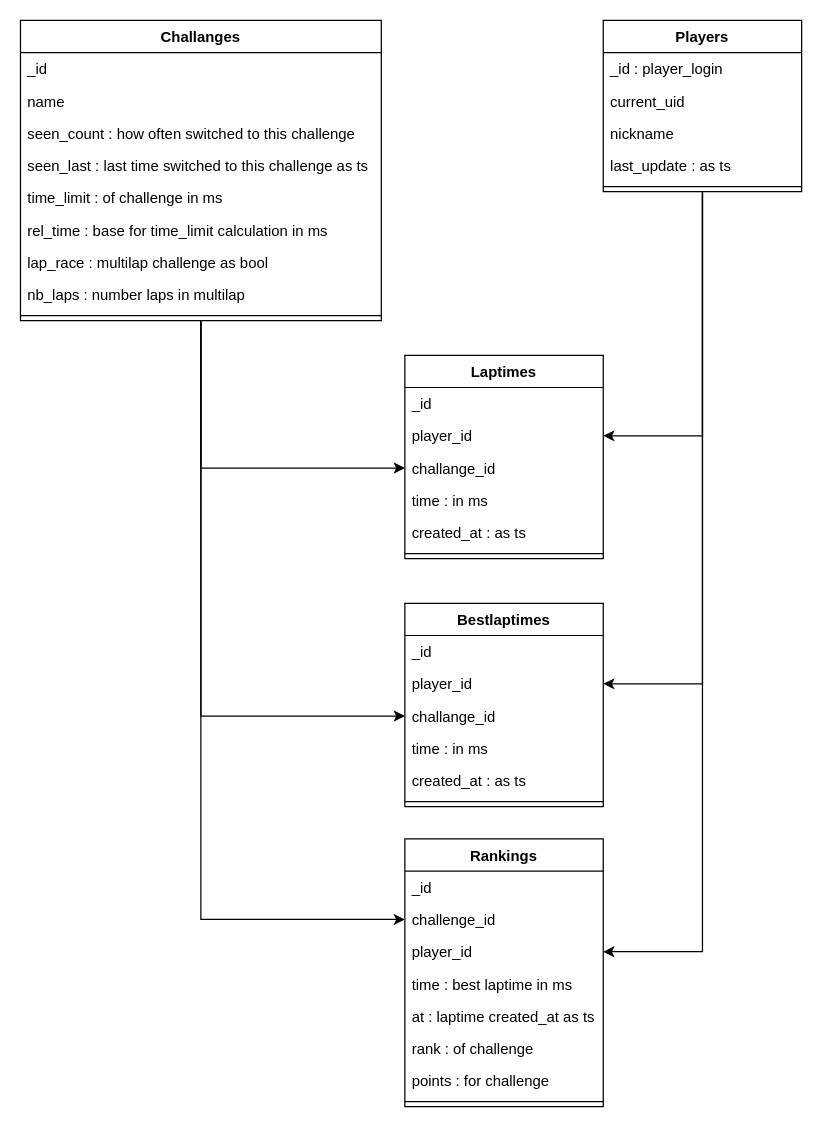
nils-ost/TMNF-TimeAttackServer keeps this draw.io diagram as db_layout.drawio. Above is the earlier version. Source tidied: cells renumbered, new cells numbered last; positions are measured from the earlier drawing's top-left corner, leaving out a move shared by most shapes. Both pictures are drawn from the tidied source at 124%, with x=0, y=0 at pixel (20, 20).
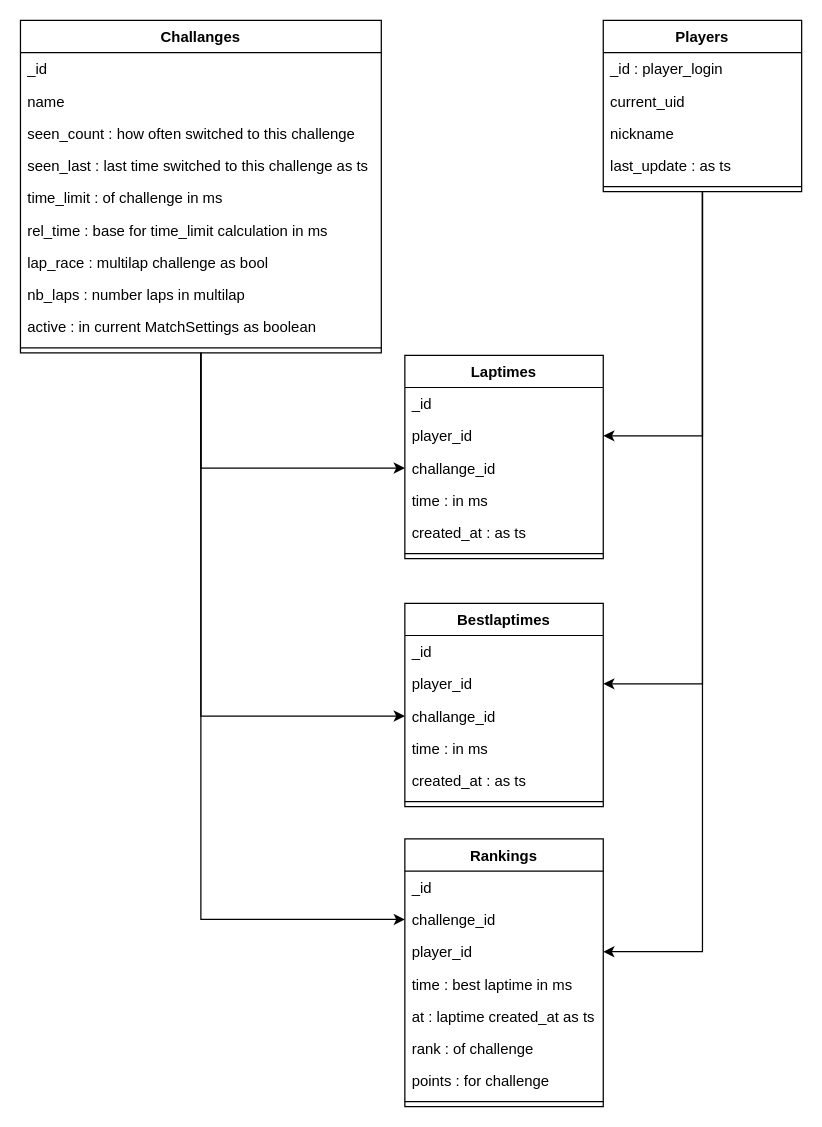
The same page after the edit.

Commit message (it also covers changes not shown here):
a bit of doku

The edit, as a diff of the source:
```diff
@@
     <mxCell id="14" value="Challanges" style="swimlane;fontStyle=1;align=center;verticalAlign=top;horizontal=1;startSize=26;" parent="1" vertex="1">
-      <mxGeometry width="291" height="242" as="geometry" />
+      <mxGeometry width="291" height="268" as="geometry" />
     </mxCell>
@@
+    <mxCell id="47" value="active : in current MatchSettings as boolean" style="text;strokeColor=none;fillColor=none;align=left;verticalAlign=top;spacingLeft=4;spacingRight=4;overflow=hidden;" parent="14" vertex="1">
+      <mxGeometry y="234" width="291" height="26" as="geometry" />
+    </mxCell>
     <mxCell id="23" style="line;strokeWidth=1;fillColor=none;align=left;verticalAlign=middle;spacingTop=-1;spacingLeft=3;spacingRight=3;labelPosition=right;" parent="14" vertex="1">
-      <mxGeometry y="234" width="291" height="8" as="geometry" />
+      <mxGeometry y="260" width="291" height="8" as="geometry" />
     </mxCell>
```
